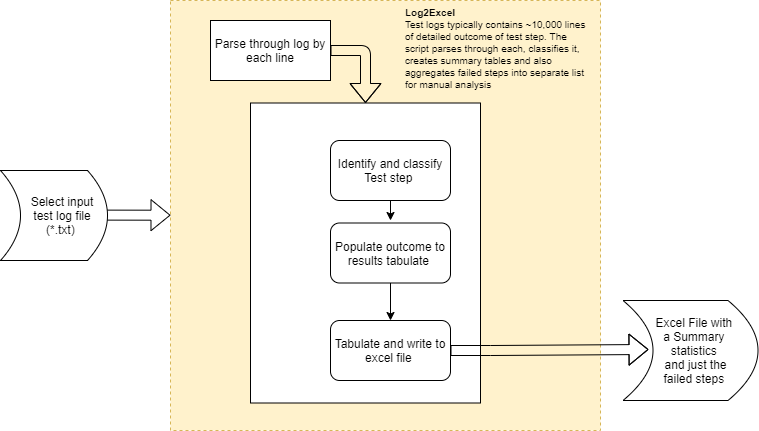
The draw.io diagram Doc/Log2excel.png in JoseJimmy/Log2Excel, before a commit. Source tidied: cells renumbered, new cells last; positions are measured from the earlier drawing's top-left corner, leaving out a move shared by most shapes.
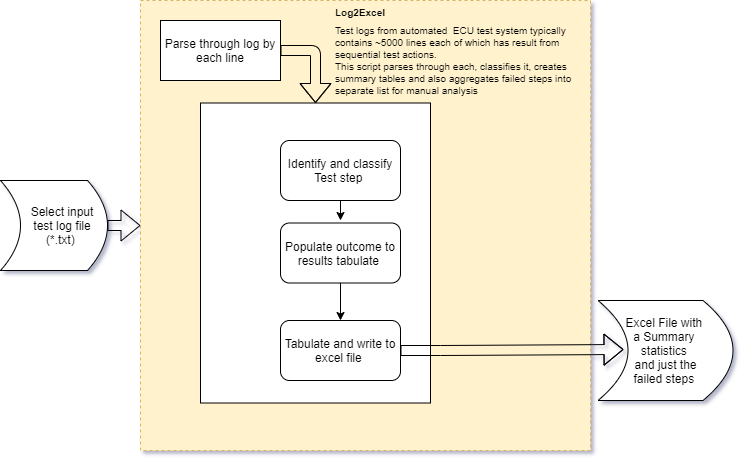
The same file after the commit.

The edit, as a diff of the source:
```diff
@@ -3,15 +3,13 @@
     <mxCell id="0" />
     <mxCell id="1" parent="0" />
     <mxCell id="2" style="whiteSpace=wrap;html=1;dashed=1;fillColor=#fff2cc;strokeColor=#d6b656;" parent="1" vertex="1">
-      <mxGeometry x="170" width="430" height="430" as="geometry" />
+      <mxGeometry x="190" width="450" height="450" as="geometry" />
     </mxCell>
     <mxCell id="3" style="rounded=0;whiteSpace=wrap;html=1;sketch=0;" parent="1" vertex="1">
       <mxGeometry x="250" y="102.5" width="230" height="300" as="geometry" />
     </mxCell>
-    <mxCell id="4" style="shape=flexArrow;endArrow=classic;html=1;" parent="1" edge="1" target="2">
-      <mxGeometry relative="1" as="geometry">
-        <mxPoint x="20" y="214.5" as="sourcePoint" />
-      </mxGeometry>
+    <mxCell id="4" style="shape=flexArrow;endArrow=classic;html=1;exitX=0;exitY=0.5;exitDx=0;exitDy=0;" parent="1" edge="1" source="13" target="2">
+      <mxGeometry relative="1" as="geometry" />
     </mxCell>
     <mxCell id="5" style="edgeStyle=orthogonalEdgeStyle;rounded=0;jettySize=auto;html=1;exitX=0.5;exitY=1;exitDx=0;exitDy=0;entryX=0.5;entryY=0;entryDx=0;entryDy=0;" parent="1" edge="1" source="6">
       <mxGeometry relative="1" as="geometry">
@@ -39,11 +37,11 @@
     <mxCell id="10" value="Populate outcome to results tabulate&amp;nbsp;" style="rounded=1;whiteSpace=wrap;html=1;" parent="1" vertex="1">
       <mxGeometry x="330" y="222.5" width="120" height="60" as="geometry" />
     </mxCell>
-    <mxCell id="11" value="&lt;h1 style=&quot;font-size: 10px&quot;&gt;&lt;span&gt;Log2Excel&lt;br&gt;&lt;/span&gt;&lt;span style=&quot;font-weight: 400&quot;&gt;Test logs typically contains ~10,000 lines of detailed outcome of test step. The script parses through each, classifies it, creates summary tables and also aggregates failed steps into separate&amp;nbsp;list for manual analysis&lt;/span&gt;&lt;/h1&gt;" style="text;html=1;strokeColor=none;fillColor=none;spacing=5;spacingTop=-20;whiteSpace=wrap;overflow=hidden;rounded=0;" parent="1" vertex="1">
-      <mxGeometry x="400" y="10" width="190" height="120" as="geometry" />
+    <mxCell id="11" value="&lt;h1 style=&quot;font-size: 10px&quot;&gt;&lt;span&gt;Log2Excel&lt;/span&gt;&lt;/h1&gt;&lt;h1 style=&quot;font-size: 10px&quot;&gt;&lt;span style=&quot;font-weight: 400&quot;&gt;Test logs from automated&amp;nbsp; ECU test system typically contains ~5000 lines each of which has result from sequential test actions. &lt;br&gt;This script parses through each, classifies it, creates summary tables and also aggregates failed steps into separate&amp;nbsp;list for manual analysis&lt;/span&gt;&lt;/h1&gt;" style="text;html=1;strokeColor=none;fillColor=none;spacing=5;spacingTop=-20;whiteSpace=wrap;overflow=hidden;rounded=0;" parent="1" vertex="1">
+      <mxGeometry x="380" y="10" width="260" height="120" as="geometry" />
     </mxCell>
     <mxCell id="12" style="group;" parent="1" vertex="1">
-      <mxGeometry y="170" width="107" height="90" as="geometry" />
+      <mxGeometry x="50" y="180" width="107" height="90" as="geometry" />
     </mxCell>
     <mxCell id="13" style="shape=dataStorage;whiteSpace=wrap;html=1;fixedSize=1;rotation=-180;" parent="12" vertex="1">
       <mxGeometry width="107" height="90" as="geometry" />
@@ -52,10 +50,10 @@
       <mxGeometry x="27" y="20" width="70" height="50" as="geometry" />
     </mxCell>
     <mxCell id="15" style="shape=dataStorage;whiteSpace=wrap;html=1;fixedSize=1;rotation=-90;direction=north;size=30;" parent="1" vertex="1">
-      <mxGeometry x="640" y="282.5" width="100" height="135" as="geometry" />
+      <mxGeometry x="665" y="282.5" width="100" height="135" as="geometry" />
     </mxCell>
     <mxCell id="16" value="&lt;span style=&quot;background-color: rgb(255 , 255 , 255)&quot;&gt;Excel File with &lt;br&gt;a Summary &lt;br&gt;statistics &lt;br&gt;and just the&lt;br&gt;failed steps&amp;nbsp;&lt;/span&gt;" style="text;html=1;align=center;verticalAlign=middle;" parent="1" vertex="1">
-      <mxGeometry x="650" y="310" width="90" height="80" as="geometry" />
+      <mxGeometry x="670" y="310" width="90" height="80" as="geometry" />
     </mxCell>
     <mxCell id="17" style="shape=flexArrow;endArrow=classic;html=1;entryX=0.5;entryY=0;entryDx=0;entryDy=0;" parent="1" edge="1" source="18" target="3">
       <mxGeometry relative="1" as="geometry">
```
